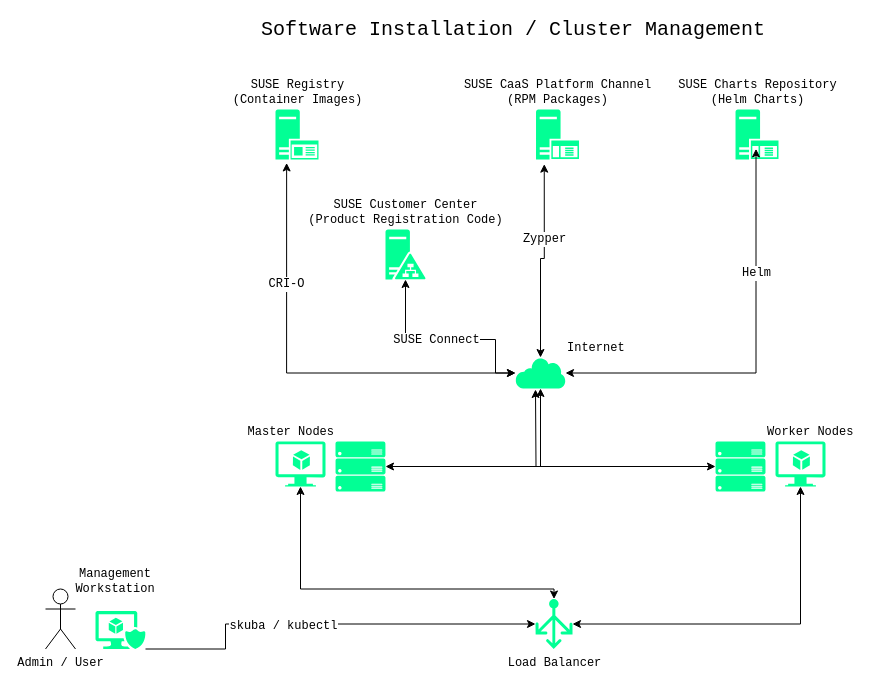
SUSE/doc-caasp keeps this draw.io diagram as adoc/images/src/caasp_cluster_software.drawio. Above is the earlier version. Source tidied: cells renumbered, new cells numbered last; positions are measured from the earlier drawing's top-left corner, leaving out a move shared by most shapes. Both pictures are drawn from the tidied source at 100%, with x=0, y=0 at pixel (45, 19).
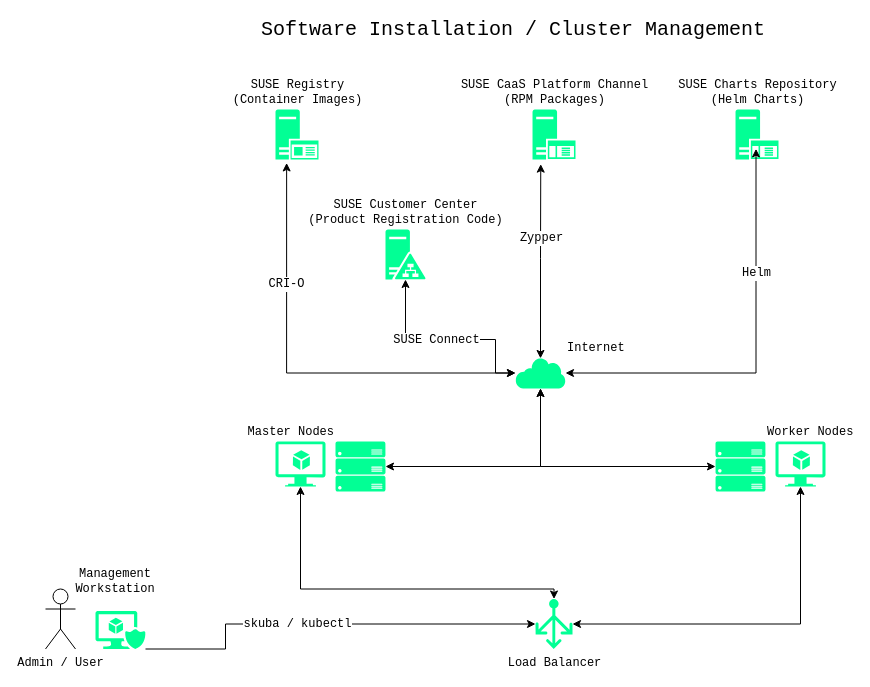
The same diagram, later.

Commit message (it also covers changes not shown here):
Update diagrams formatting and colors

Unchanged cells that the change refers to:
```xml
<mxCell id="8" value="Worker Nodes" style="shadow=0;dashed=0;html=1;strokeColor=none;labelPosition=right;verticalLabelPosition=top;verticalAlign=bottom;align=left;fillColor=#02ff95;shape=mxgraph.azure.server_rack;fontFamily=Courier New;" parent="1" vertex="1">
  <mxGeometry x="670" y="422" width="50" height="50" as="geometry" />
</mxCell>
<mxCell id="13" style="edgeStyle=orthogonalEdgeStyle;rounded=0;jettySize=auto;html=1;fontFamily=Courier New;" parent="1" edge="1" source="15">
  <mxGeometry relative="1" as="geometry">
    <mxPoint x="490" y="604.5" as="targetPoint" />
    <Array as="points">
      <mxPoint x="180" y="629.5" />
      <mxPoint x="180" y="604.5" />
    </Array>
  </mxGeometry>
</mxCell>
<mxCell id="26" value="Internet" style="shadow=0;dashed=0;html=1;strokeColor=none;labelPosition=right;verticalLabelPosition=top;verticalAlign=bottom;align=left;fillColor=#02ff95;shape=mxgraph.mscae.enterprise.internet;fontFamily=Courier New;" parent="1" vertex="1">
  <mxGeometry x="470" y="338" width="50" height="31" as="geometry" />
</mxCell>
```

Diff of the diagram source:
```diff
@@
-    <mxCell id="7" style="edgeStyle=orthogonalEdgeStyle;rounded=0;comic=0;jettySize=auto;html=1;shadow=0;startArrow=classic;startFill=1;strokeColor=#000000;fontFamily=Courier New;" parent="1" edge="1" source="8">
-      <mxGeometry relative="1" as="geometry">
-        <mxPoint x="490" y="370" as="targetPoint" />
-      </mxGeometry>
+    <mxCell id="7" style="edgeStyle=orthogonalEdgeStyle;rounded=0;comic=0;jettySize=auto;html=1;shadow=0;startArrow=classic;startFill=1;strokeColor=#000000;fontFamily=Courier New;entryX=0.5;entryY=1;entryDx=0;entryDy=0;entryPerimeter=0;" parent="1" edge="1" source="8" target="26">
+      <mxGeometry relative="1" as="geometry" />
     </mxCell>
@@
     <mxCell id="10" value="SUSE CaaS Platform Channel&lt;br&gt;(RPM Packages)" style="shadow=0;dashed=0;html=1;strokeColor=none;labelPosition=center;verticalLabelPosition=top;verticalAlign=bottom;align=center;fillColor=#02ff95;shape=mxgraph.mscae.enterprise.application_server;fontFamily=Courier New;" parent="1" vertex="1">
-      <mxGeometry x="490.5" y="90" width="43" height="50" as="geometry" />
+      <mxGeometry x="487" y="90" width="43" height="50" as="geometry" />
     </mxCell>
@@
     <mxCell id="14" value="skuba / kubectl" style="text;html=1;align=center;verticalAlign=middle;labelBackgroundColor=#ffffff;fontFamily=Courier New;" parent="13" vertex="1">
-      <mxGeometry x="-0.22" y="-2" relative="1" as="geometry" />
+      <mxGeometry x="-0.22" y="-2" relative="1" as="geometry">
+        <mxPoint x="14" y="-2" as="offset" />
+      </mxGeometry>
     </mxCell>
@@
-    <mxCell id="22" style="edgeStyle=orthogonalEdgeStyle;rounded=0;comic=0;jettySize=auto;html=1;entryX=0.192;entryY=1.093;entryDx=0;entryDy=0;entryPerimeter=0;shadow=0;startArrow=classic;startFill=1;strokeColor=#000000;fontFamily=Courier New;" parent="1" edge="1" source="26" target="10">
+    <mxCell id="22" style="edgeStyle=orthogonalEdgeStyle;rounded=0;comic=0;jettySize=auto;html=1;entryX=0.192;entryY=1.093;entryDx=0;entryDy=0;entryPerimeter=0;shadow=0;startArrow=classic;startFill=1;strokeColor=#000000;fontFamily=Courier New;exitX=0.5;exitY=0.03;exitDx=0;exitDy=0;exitPerimeter=0;" parent="1" edge="1" source="26" target="10">
       <mxGeometry relative="1" as="geometry" />
     </mxCell>
```
